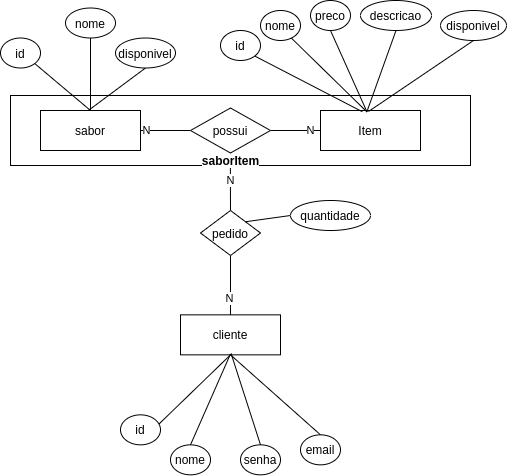
Above: modelo_conceitual.png in gabrielroot/pedidosDelivery (draw.io), before the change. Source tidied: cells renumbered, new cells last; positions are measured from the earlier drawing's top-left corner, leaving out a move shared by most shapes.
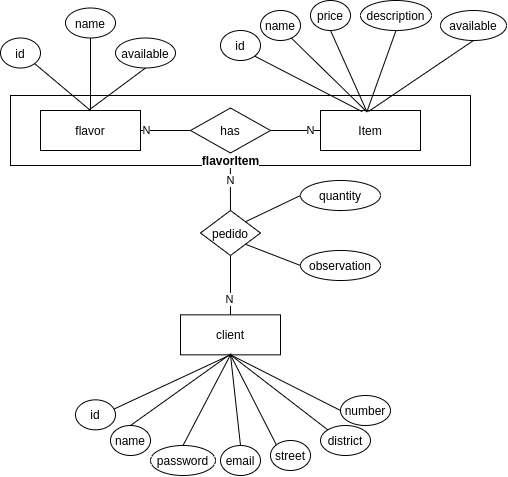
Later version of the same file.

What changed in the source:
```diff
@@ -19,22 +19,22 @@
     <mxCell id="6" style="rounded=0;jettySize=auto;html=1;exitX=0.764;exitY=0.91;exitDx=0;exitDy=0;entryX=0.466;entryY=0.039;entryDx=0;entryDy=0;entryPerimeter=0;endArrow=none;endFill=0;exitPerimeter=0;" parent="1" edge="1" source="7" target="5">
       <mxGeometry relative="1" as="geometry" />
     </mxCell>
-    <mxCell id="7" value="nome" style="ellipse;whiteSpace=wrap;html=1;align=center;" parent="1" vertex="1">
+    <mxCell id="7" value="name" style="ellipse;whiteSpace=wrap;html=1;align=center;" parent="1" vertex="1">
       <mxGeometry x="260" y="10" width="40" height="30" as="geometry" />
     </mxCell>
-    <mxCell id="8" value="preco" style="ellipse;whiteSpace=wrap;html=1;align=center;" parent="1" vertex="1">
+    <mxCell id="8" value="price" style="ellipse;whiteSpace=wrap;html=1;align=center;" parent="1" vertex="1">
       <mxGeometry x="310" width="40" height="30" as="geometry" />
     </mxCell>
     <mxCell id="9" style="edgeStyle=none;rounded=0;jettySize=auto;html=1;exitX=0.5;exitY=1;exitDx=0;exitDy=0;entryX=0.466;entryY=0.016;entryDx=0;entryDy=0;endArrow=none;endFill=0;entryPerimeter=0;" parent="1" edge="1" source="10" target="5">
       <mxGeometry relative="1" as="geometry" />
     </mxCell>
-    <mxCell id="10" value="descricao" style="ellipse;whiteSpace=wrap;html=1;align=center;" parent="1" vertex="1">
+    <mxCell id="10" value="description" style="ellipse;whiteSpace=wrap;html=1;align=center;" parent="1" vertex="1">
       <mxGeometry x="360" width="71" height="30" as="geometry" />
     </mxCell>
     <mxCell id="11" style="edgeStyle=none;rounded=0;jettySize=auto;html=1;exitX=0.5;exitY=1;exitDx=0;exitDy=0;endArrow=none;endFill=0;entryX=0.48;entryY=0.025;entryDx=0;entryDy=0;entryPerimeter=0;" parent="1" edge="1" source="12" target="5">
       <mxGeometry relative="1" as="geometry" />
     </mxCell>
-    <mxCell id="12" value="disponivel" style="ellipse;whiteSpace=wrap;html=1;align=center;" parent="1" vertex="1">
+    <mxCell id="12" value="available" style="ellipse;whiteSpace=wrap;html=1;align=center;" parent="1" vertex="1">
       <mxGeometry x="440" y="10" width="66" height="30" as="geometry" />
     </mxCell>
     <mxCell id="13" style="rounded=0;jettySize=auto;html=1;exitX=0.5;exitY=1;exitDx=0;exitDy=0;entryX=0.464;entryY=0.03;entryDx=0;entryDy=0;endArrow=none;endFill=0;entryPerimeter=0;" parent="1" edge="1" source="8" target="5">
@@ -46,7 +46,7 @@
     <mxCell id="15" value="id" style="ellipse;whiteSpace=wrap;html=1;align=center;" parent="1" vertex="1">
       <mxGeometry x="220" y="30" width="40" height="30" as="geometry" />
     </mxCell>
-    <mxCell id="16" value="sabor" style="whiteSpace=wrap;html=1;align=center;" parent="1" vertex="1">
+    <mxCell id="16" value="flavor" style="whiteSpace=wrap;html=1;align=center;" parent="1" vertex="1">
       <mxGeometry x="40" y="110" width="100" height="40" as="geometry" />
     </mxCell>
     <mxCell id="17" style="edgeStyle=none;rounded=0;jettySize=auto;html=1;exitX=1;exitY=1;exitDx=0;exitDy=0;entryX=0.5;entryY=0;entryDx=0;entryDy=0;endArrow=none;endFill=0;" parent="1" edge="1" source="18" target="16">
@@ -58,7 +58,7 @@
     <mxCell id="19" style="edgeStyle=none;rounded=0;jettySize=auto;html=1;exitX=0.5;exitY=1;exitDx=0;exitDy=0;entryX=0.5;entryY=0;entryDx=0;entryDy=0;endArrow=none;endFill=0;" parent="1" edge="1" source="20" target="16">
       <mxGeometry relative="1" as="geometry" />
     </mxCell>
-    <mxCell id="20" value="nome" style="ellipse;whiteSpace=wrap;html=1;align=center;" parent="1" vertex="1">
+    <mxCell id="20" value="name" style="ellipse;whiteSpace=wrap;html=1;align=center;" parent="1" vertex="1">
       <mxGeometry x="65" y="7.5" width="50" height="30" as="geometry" />
     </mxCell>
     <mxCell id="21" style="edgeStyle=none;rounded=0;jettySize=auto;html=1;exitX=0;exitY=0.5;exitDx=0;exitDy=0;entryX=1;entryY=0.5;entryDx=0;entryDy=0;endArrow=none;endFill=0;" parent="1" edge="1" source="23" target="16">
@@ -67,41 +67,41 @@
     <mxCell id="22" value="N" style="edgeLabel;html=1;align=center;verticalAlign=middle;" parent="21" vertex="1">
       <mxGeometry x="0.76" relative="1" as="geometry" />
     </mxCell>
-    <mxCell id="23" value="possui" style="shape=rhombus;perimeter=rhombusPerimeter;whiteSpace=wrap;html=1;align=center;" parent="1" vertex="1">
+    <mxCell id="23" value="has" style="shape=rhombus;perimeter=rhombusPerimeter;whiteSpace=wrap;html=1;align=center;" parent="1" vertex="1">
       <mxGeometry x="190" y="107.5" width="80" height="45" as="geometry" />
     </mxCell>
     <mxCell id="24" style="edgeStyle=none;rounded=0;jettySize=auto;html=1;exitX=0.5;exitY=1;exitDx=0;exitDy=0;entryX=0.479;entryY=-0.001;entryDx=0;entryDy=0;entryPerimeter=0;endArrow=none;endFill=0;" parent="1" edge="1" source="25" target="16">
       <mxGeometry relative="1" as="geometry" />
     </mxCell>
-    <mxCell id="25" value="disponivel" style="ellipse;whiteSpace=wrap;html=1;align=center;" parent="1" vertex="1">
+    <mxCell id="25" value="available" style="ellipse;whiteSpace=wrap;html=1;align=center;" parent="1" vertex="1">
       <mxGeometry x="115" y="37.5" width="60" height="30" as="geometry" />
     </mxCell>
     <mxCell id="26" style="edgeStyle=none;rounded=0;jettySize=auto;html=1;exitX=0.5;exitY=1;exitDx=0;exitDy=0;entryX=0.961;entryY=0.308;entryDx=0;entryDy=0;entryPerimeter=0;endArrow=none;endFill=0;" parent="1" edge="1" source="27" target="28">
       <mxGeometry relative="1" as="geometry" />
     </mxCell>
-    <mxCell id="27" value="cliente" style="whiteSpace=wrap;html=1;align=center;" parent="1" vertex="1">
+    <mxCell id="27" value="client" style="whiteSpace=wrap;html=1;align=center;" parent="1" vertex="1">
       <mxGeometry x="180" y="314.3" width="100" height="40" as="geometry" />
     </mxCell>
     <mxCell id="28" value="id" style="ellipse;whiteSpace=wrap;html=1;align=center;" parent="1" vertex="1">
-      <mxGeometry x="120" y="414.3" width="40" height="30" as="geometry" />
+      <mxGeometry x="75" y="399.3" width="40" height="30" as="geometry" />
     </mxCell>
     <mxCell id="29" style="edgeStyle=none;rounded=0;jettySize=auto;html=1;exitX=0.5;exitY=0;exitDx=0;exitDy=0;endArrow=none;endFill=0;entryX=0.499;entryY=0.982;entryDx=0;entryDy=0;entryPerimeter=0;" parent="1" edge="1" source="30" target="27">
       <mxGeometry relative="1" as="geometry" />
     </mxCell>
-    <mxCell id="30" value="nome" style="ellipse;whiteSpace=wrap;html=1;align=center;" parent="1" vertex="1">
-      <mxGeometry x="170" y="444.3" width="40" height="30" as="geometry" />
+    <mxCell id="30" value="name" style="ellipse;whiteSpace=wrap;html=1;align=center;" parent="1" vertex="1">
+      <mxGeometry x="110" y="425" width="40" height="30" as="geometry" />
     </mxCell>
     <mxCell id="31" style="edgeStyle=none;rounded=0;jettySize=auto;html=1;exitX=0.5;exitY=0;exitDx=0;exitDy=0;endArrow=none;endFill=0;entryX=0.506;entryY=0.969;entryDx=0;entryDy=0;entryPerimeter=0;" parent="1" edge="1" source="32" target="27">
       <mxGeometry relative="1" as="geometry" />
     </mxCell>
-    <mxCell id="32" value="senha" style="ellipse;whiteSpace=wrap;html=1;align=center;" parent="1" vertex="1">
-      <mxGeometry x="240" y="444.3" width="40" height="30" as="geometry" />
+    <mxCell id="32" value="password" style="ellipse;whiteSpace=wrap;html=1;align=center;" parent="1" vertex="1">
+      <mxGeometry x="150" y="445" width="65" height="30" as="geometry" />
     </mxCell>
     <mxCell id="33" style="edgeStyle=none;rounded=0;jettySize=auto;html=1;exitX=0.5;exitY=0;exitDx=0;exitDy=0;entryX=0.5;entryY=1;entryDx=0;entryDy=0;endArrow=none;endFill=0;" parent="1" edge="1" source="34" target="27">
       <mxGeometry relative="1" as="geometry" />
     </mxCell>
     <mxCell id="34" value="email" style="ellipse;whiteSpace=wrap;html=1;align=center;" parent="1" vertex="1">
-      <mxGeometry x="300" y="434.3" width="40" height="30" as="geometry" />
+      <mxGeometry x="220" y="445" width="40" height="30" as="geometry" />
     </mxCell>
     <mxCell id="35" style="edgeStyle=none;rounded=0;jettySize=auto;html=1;exitX=0.5;exitY=0;exitDx=0;exitDy=0;endArrow=none;endFill=0;entryX=0.478;entryY=1.002;entryDx=0;entryDy=0;entryPerimeter=0;" parent="1" edge="1" source="39" target="2">
       <mxGeometry relative="1" as="geometry" />
@@ -123,11 +123,35 @@
     <mxCell id="40" style="edgeStyle=none;rounded=0;jettySize=auto;html=1;exitX=0;exitY=0.5;exitDx=0;exitDy=0;entryX=1;entryY=0;entryDx=0;entryDy=0;endArrow=none;endFill=0;" parent="1" edge="1" source="41" target="39">
       <mxGeometry relative="1" as="geometry" />
     </mxCell>
-    <mxCell id="41" value="quantidade" style="ellipse;whiteSpace=wrap;html=1;align=center;" parent="1" vertex="1">
-      <mxGeometry x="290" y="200" width="80" height="30" as="geometry" />
+    <mxCell id="41" value="quantity" style="ellipse;whiteSpace=wrap;html=1;align=center;" parent="1" vertex="1">
+      <mxGeometry x="300" y="180" width="80" height="30" as="geometry" />
     </mxCell>
-    <mxCell id="42" value="&lt;span style=&quot;background-color: rgb(255 , 255 , 255)&quot;&gt;&lt;b&gt;saborItem&lt;/b&gt;&lt;/span&gt;" style="text;html=1;align=center;verticalAlign=middle;" parent="1" vertex="1">
+    <mxCell id="42" value="&lt;span style=&quot;background-color: rgb(255 , 255 , 255)&quot;&gt;&lt;b&gt;flavorItem&lt;/b&gt;&lt;/span&gt;" style="text;html=1;align=center;verticalAlign=middle;" parent="1" vertex="1">
       <mxGeometry x="195" y="150" width="70" height="20" as="geometry" />
     </mxCell>
+    <mxCell id="43" value="observation" style="ellipse;whiteSpace=wrap;html=1;align=center;" parent="1" vertex="1">
+      <mxGeometry x="300" y="250" width="80" height="30" as="geometry" />
+    </mxCell>
+    <mxCell id="44" style="edgeStyle=none;rounded=0;jettySize=auto;html=1;exitX=0;exitY=0.5;exitDx=0;exitDy=0;entryX=1;entryY=1;entryDx=0;entryDy=0;endArrow=none;endFill=0;" parent="1" edge="1" source="43" target="39">
+      <mxGeometry relative="1" as="geometry" />
+    </mxCell>
+    <mxCell id="45" value="street" style="ellipse;whiteSpace=wrap;html=1;align=center;" parent="1" vertex="1">
+      <mxGeometry x="270" y="440" width="40" height="30" as="geometry" />
+    </mxCell>
+    <mxCell id="46" value="district" style="ellipse;whiteSpace=wrap;html=1;align=center;" parent="1" vertex="1">
+      <mxGeometry x="320" y="425" width="50" height="30" as="geometry" />
+    </mxCell>
+    <mxCell id="47" value="number" style="ellipse;whiteSpace=wrap;html=1;align=center;" parent="1" vertex="1">
+      <mxGeometry x="340" y="395" width="50" height="30" as="geometry" />
+    </mxCell>
+    <mxCell id="48" style="edgeStyle=none;rounded=0;jettySize=auto;html=1;exitX=0;exitY=0;exitDx=0;exitDy=0;entryX=0.5;entryY=1;entryDx=0;entryDy=0;endArrow=none;endFill=0;" parent="1" edge="1" source="45" target="27">
+      <mxGeometry relative="1" as="geometry" />
+    </mxCell>
+    <mxCell id="49" style="edgeStyle=none;rounded=0;jettySize=auto;html=1;exitX=0;exitY=0.5;exitDx=0;exitDy=0;entryX=0.5;entryY=1;entryDx=0;entryDy=0;endArrow=none;endFill=0;" parent="1" edge="1" source="47" target="27">
+      <mxGeometry relative="1" as="geometry" />
+    </mxCell>
+    <mxCell id="50" style="edgeStyle=none;rounded=0;jettySize=auto;html=1;exitX=0;exitY=0;exitDx=0;exitDy=0;entryX=0.5;entryY=1;entryDx=0;entryDy=0;endArrow=none;endFill=0;" parent="1" edge="1" source="46" target="27">
+      <mxGeometry relative="1" as="geometry" />
+    </mxCell>
   </root>
 </mxGraphModel>
```
